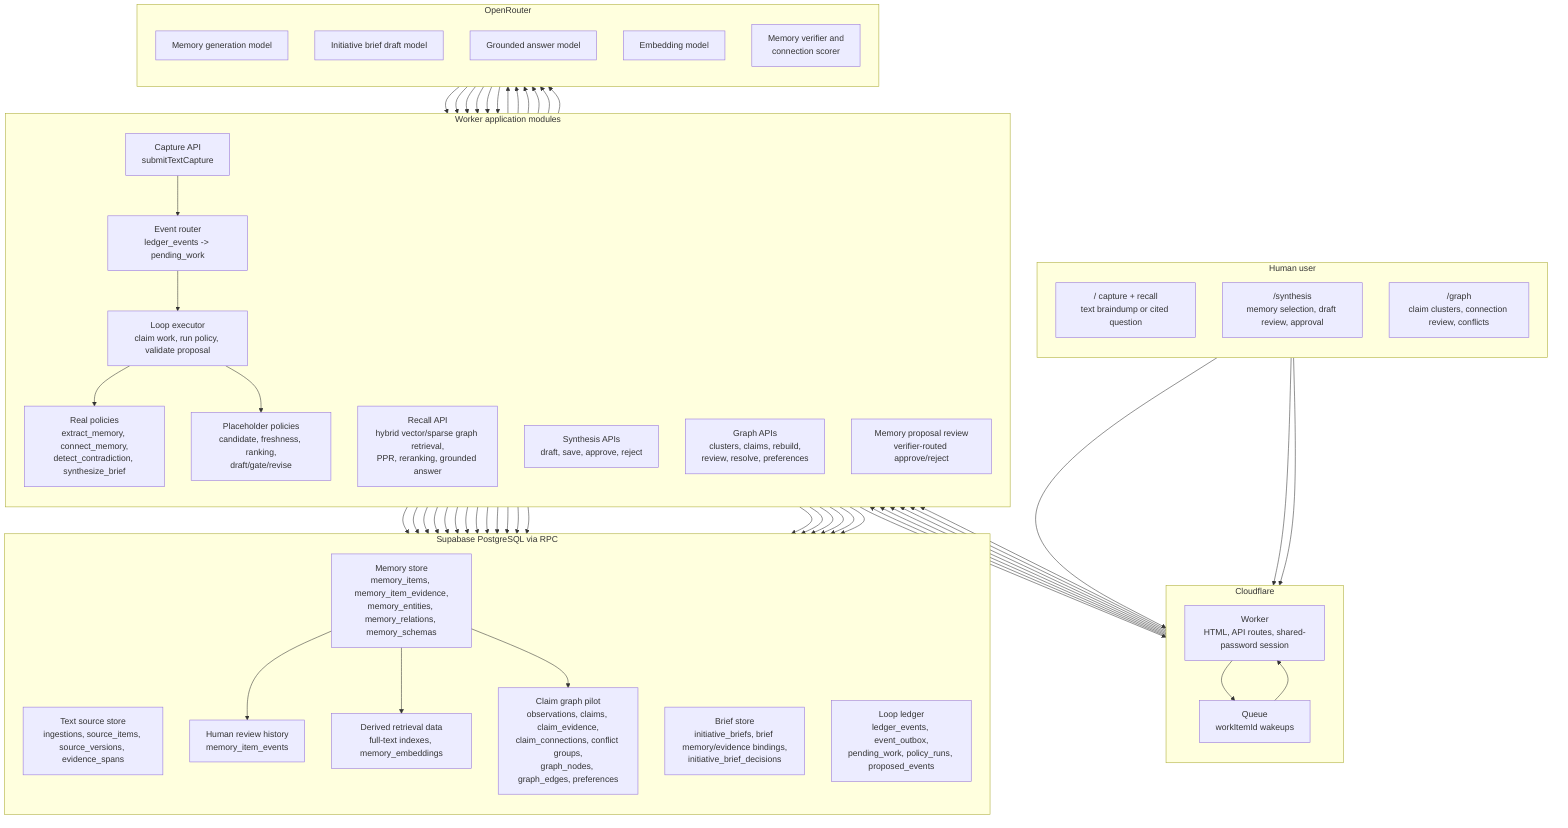
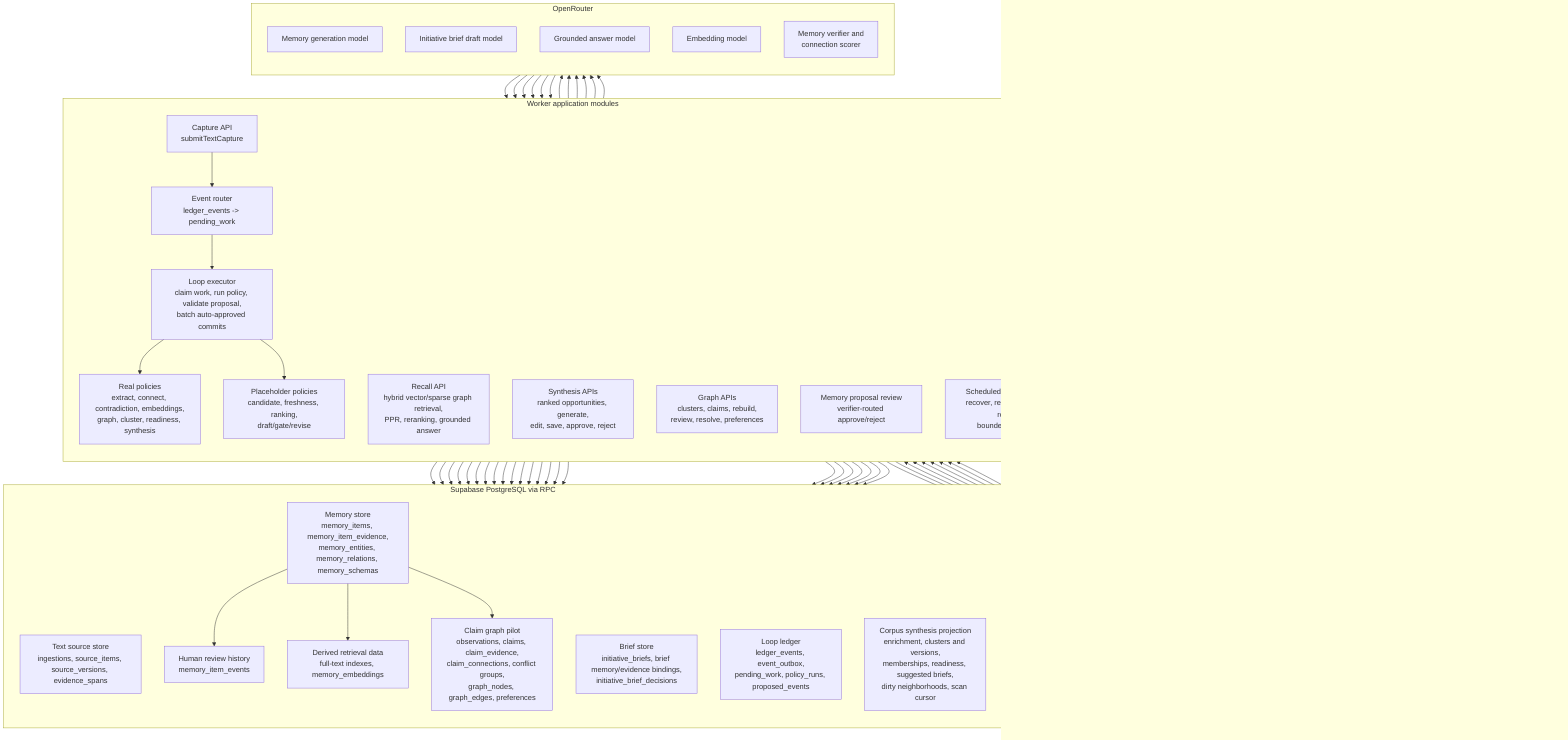
flowchart TB

%% DISTILLERY CURRENT SYSTEM
- %% Status: implemented private pilot as of 2026-07-15.
+ %% Status: implemented private pilot through migration 0015 as of 2026-07-15.
%% PostgreSQL is canonical. Cloudflare Queue messages are wakeups only.

subgraph USER["Human user"]
  direction TB
  U1["/ capture + recall<br/>text braindump or cited question"]
  U2["/synthesis<br/>memory selection, draft review, approval"]
  U3["/graph<br/>claim clusters, connection review, conflicts"]
end

subgraph CF["Cloudflare"]
  direction TB
  W["Worker<br/>HTML, API routes, shared-password session"]
  Q["Queue<br/>workItemId wakeups"]
+   CRON["Cron Trigger<br/>every minute"]
end

subgraph APP["Worker application modules"]
  direction TB
  A1["Capture API<br/>submitTextCapture"]
  A2["Recall API<br/>hybrid vector/sparse graph retrieval,<br/>PPR, reranking, grounded answer"]
-   A3["Synthesis APIs<br/>draft, save, approve, reject"]
+   A3["Synthesis APIs<br/>ranked opportunities, generate,<br/>edit, save, approve, reject"]
  A4["Event router<br/>ledger_events -> pending_work"]
-   A5["Loop executor<br/>claim work, run policy, validate proposal"]
-   A6["Real policies<br/>extract_memory, connect_memory,<br/>detect_contradiction, synthesize_brief"]
+   A5["Loop executor<br/>claim work, run policy, validate proposal,<br/>batch auto-approved commits"]
+   A6["Real policies<br/>extract, connect, contradiction, embeddings,<br/>graph, cluster, readiness, synthesis"]
  A7["Placeholder policies<br/>candidate, freshness, ranking,<br/>draft/gate/revise"]
  A8["Graph APIs<br/>clusters, claims, rebuild,<br/>review, resolve, preferences"]
  A9["Memory proposal review<br/>verifier-routed approve/reject"]
+   A10["Scheduled maintenance<br/>recover, requeue, scan, route<br/>bounded batches"]
end

subgraph MODEL["OpenRouter"]
  direction TB
  M1["Memory generation model"]
  M2["Initiative brief draft model"]
  M3["Grounded answer model"]
  M4["Embedding model"]
  M5["Memory verifier and<br/>connection scorer"]
end

subgraph DB["Supabase PostgreSQL via RPC"]
  direction TB
  D1["Text source store<br/>ingestions, source_items, source_versions, evidence_spans"]
  D2["Memory store<br/>memory_items, memory_item_evidence,<br/>memory_entities, memory_relations, memory_schemas"]
  D3["Human review history<br/>memory_item_events"]
  D4["Brief store<br/>initiative_briefs, brief memory/evidence bindings,<br/>initiative_brief_decisions"]
  D5["Loop ledger<br/>ledger_events, event_outbox,<br/>pending_work, policy_runs, proposed_events"]
  D6["Derived retrieval data<br/>full-text indexes, memory_embeddings"]
  D7["Claim graph pilot<br/>observations, claims, claim_evidence,<br/>claim_connections, conflict groups,<br/>graph_nodes, graph_edges, preferences"]
+   D8["Corpus synthesis projection<br/>enrichment, clusters and versions,<br/>memberships, readiness, suggested briefs,<br/>dirty neighborhoods, scan cursor"]
end

U1 --> W
U2 --> W
U3 --> W
W --> A1
W --> A2
W --> A3
W --> A8
W --> A9
W --> A4
Q --> W
W --> Q
+ CRON --> A10
+ A10 --> D5
+ A10 --> D8
+ A10 --> Q

A1 --> D1
A1 --> D5
A1 --> A4

A4 --> D5
A4 --> Q
A4 --> A5

A5 --> D5
A5 --> A6
A5 --> A7
A6 --> M1
A6 --> M2
A6 --> M4
A6 --> M5
M1 --> A6
M2 --> A6
M4 --> A6
M5 --> A6
A5 --> D2
A5 --> D4
A5 --> D5
A5 --> D7
+ A5 --> D8

A2 --> D2
A2 --> D1
A2 --> D6
A2 --> D7
A2 --> M3
M3 --> A2

A3 --> D2
A3 --> D1
A3 --> M2
M2 --> A3
A3 --> D4
+ A3 --> D8
A9 --> D5
A9 --> D2

D2 --> D3
D2 --> D6
D2 --> D7

A8 --> D7
A8 --> D2
